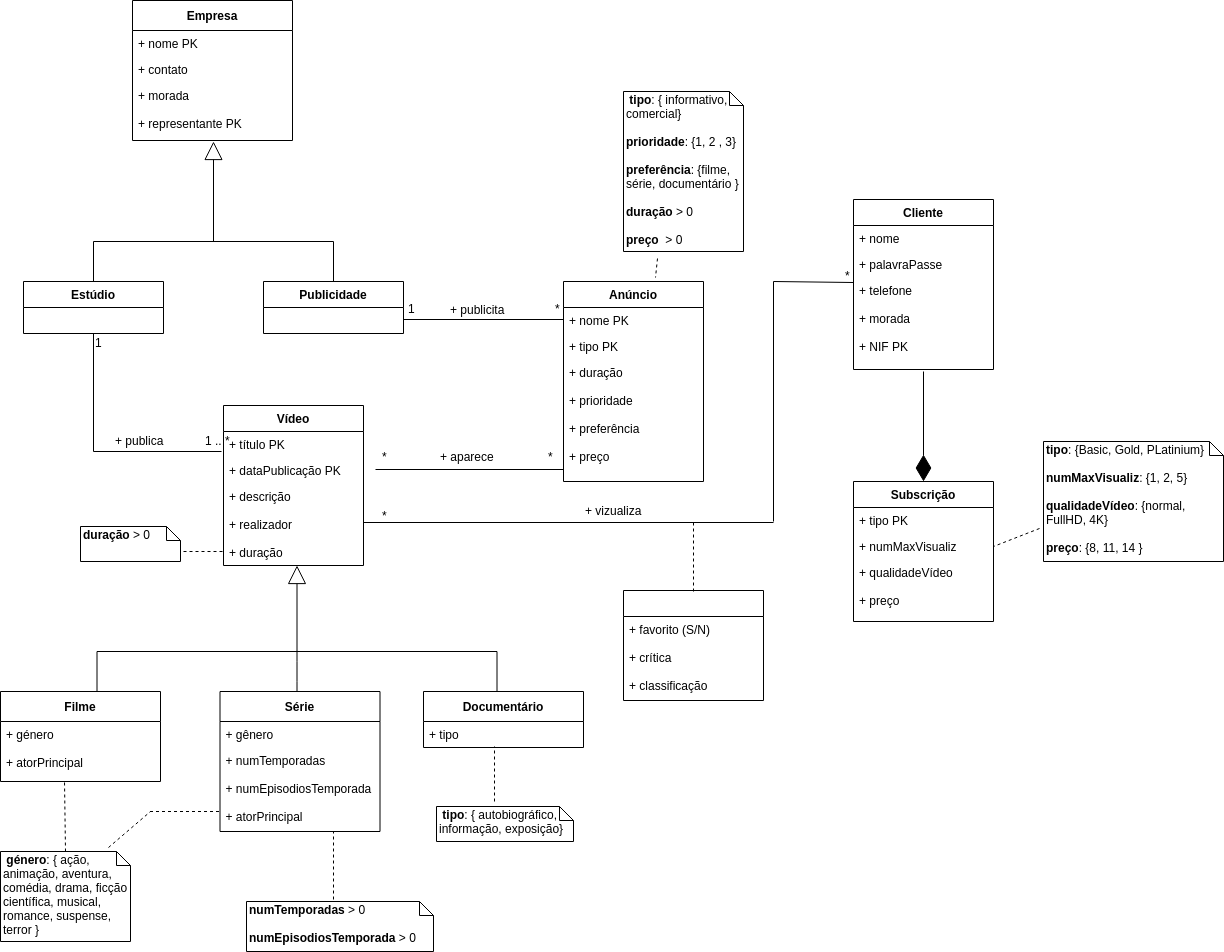
Above: projetoSegundaParte/UML_corrigido.png in claudiaidcm/FEUP_BDAD-proj (draw.io), before the change. Source tidied: cells renumbered, new cells last; positions are measured from the earlier drawing's top-left corner, leaving out a move shared by most shapes.
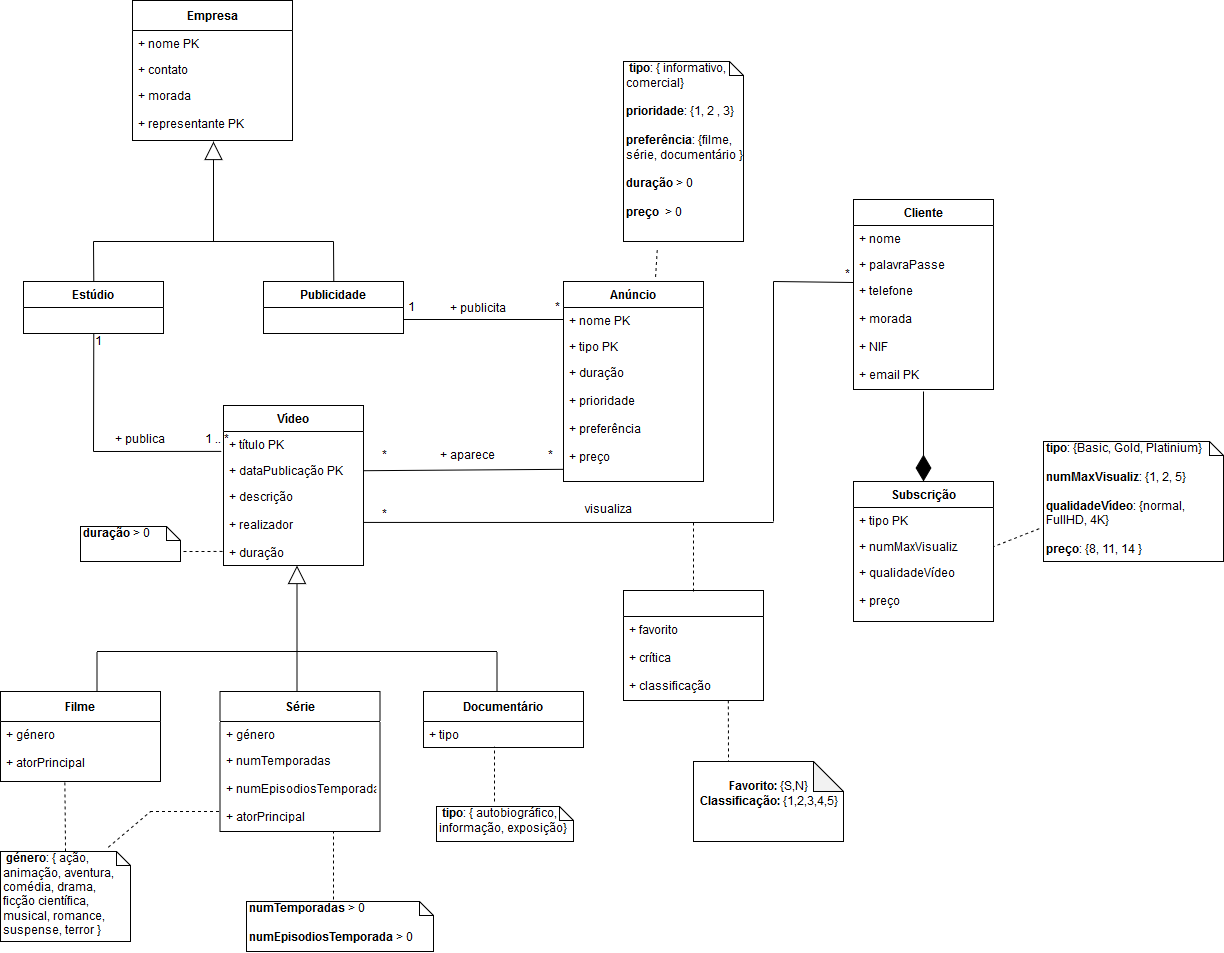
After the change.

Diff of the diagram source:
```diff
@@ -100,10 +100,8 @@
     <mxCell id="29" value="1 .. *&lt;br&gt;&lt;br&gt;" style="text;html=1;align=left;verticalAlign=top;spacingTop=-4;" parent="1" vertex="1">
       <mxGeometry x="203" y="431" width="40" height="30" as="geometry" />
     </mxCell>
-    <mxCell id="30" style="endArrow=none;html=1;entryX=0;entryY=0.902;entryDx=0;entryDy=0;entryPerimeter=0;" parent="1" edge="1" target="18">
-      <mxGeometry relative="1" as="geometry">
-        <mxPoint x="375" y="469" as="sourcePoint" />
-      </mxGeometry>
+    <mxCell id="30" style="endArrow=none;html=1;entryX=0;entryY=0.902;entryDx=0;entryDy=0;entryPerimeter=0;exitX=1;exitY=0.5;exitDx=0;exitDy=0;" parent="1" edge="1" source="23" target="18">
+      <mxGeometry relative="1" as="geometry" />
     </mxCell>
     <mxCell id="31" value="*&lt;br&gt;&lt;br&gt;" style="text;html=1;align=left;verticalAlign=top;spacingTop=-4;" parent="1" vertex="1">
       <mxGeometry x="379.5" y="447" width="20" height="30" as="geometry" />
@@ -156,14 +154,14 @@
     <mxCell id="41" value="Série" style="swimlane;fontStyle=1;horizontal=1;startSize=30;fillColor=none;" parent="1" vertex="1">
       <mxGeometry x="219.5" y="691" width="160" height="140" as="geometry" />
     </mxCell>
-    <mxCell id="42" value="+ gênero" style="text;strokeColor=none;fillColor=none;align=left;verticalAlign=top;spacingLeft=4;spacingRight=4;overflow=hidden;" parent="41" vertex="1">
+    <mxCell id="42" value="+ género" style="text;strokeColor=none;fillColor=none;align=left;verticalAlign=top;spacingLeft=4;spacingRight=4;overflow=hidden;" parent="41" vertex="1">
       <mxGeometry y="30" width="160" height="26" as="geometry" />
     </mxCell>
     <mxCell id="43" value="+ numTemporadas&#10;&#10;+ numEpisodiosTemporada&#10;&#10;+ atorPrincipal&#10;" style="text;strokeColor=none;fillColor=none;align=left;verticalAlign=top;spacingLeft=4;spacingRight=4;overflow=hidden;" parent="41" vertex="1">
       <mxGeometry y="56" width="160" height="84" as="geometry" />
     </mxCell>
     <mxCell id="44" value="Cliente" style="swimlane;fontStyle=1;horizontal=1;startSize=26;fillColor=none;" parent="1" vertex="1">
-      <mxGeometry x="853" y="199" width="140" height="170" as="geometry" />
+      <mxGeometry x="853" y="199" width="140" height="190" as="geometry" />
     </mxCell>
     <mxCell id="45" value="+ nome&#10;&#10;" style="text;strokeColor=none;fillColor=none;align=left;verticalAlign=top;spacingLeft=4;spacingRight=4;overflow=hidden;" parent="44" vertex="1">
       <mxGeometry y="26" width="140" height="26" as="geometry" />
@@ -171,12 +169,12 @@
     <mxCell id="46" value="+ palavraPasse" style="text;strokeColor=none;fillColor=none;align=left;verticalAlign=top;spacingLeft=4;spacingRight=4;overflow=hidden;" parent="44" vertex="1">
       <mxGeometry y="52" width="140" height="26" as="geometry" />
     </mxCell>
-    <mxCell id="47" value="+ telefone&#10;&#10;+ morada&#10;&#10;+ NIF PK&#10;" style="text;strokeColor=none;fillColor=none;align=left;verticalAlign=top;spacingLeft=4;spacingRight=4;overflow=hidden;" parent="44" vertex="1">
-      <mxGeometry y="78" width="140" height="92" as="geometry" />
+    <mxCell id="47" value="+ telefone&#10;&#10;+ morada&#10;&#10;+ NIF&#10;&#10;+ email PK&#10;&#10;" style="text;strokeColor=none;fillColor=none;align=left;verticalAlign=top;spacingLeft=4;spacingRight=4;overflow=hidden;" parent="44" vertex="1">
+      <mxGeometry y="78" width="140" height="112" as="geometry" />
     </mxCell>
     <mxCell id="48" style="endArrow=diamondThin;endFill=1;endSize=24;html=1;" parent="1" edge="1">
       <mxGeometry relative="1" as="geometry">
-        <mxPoint x="923" y="371" as="sourcePoint" />
+        <mxPoint x="923" y="391" as="sourcePoint" />
         <mxPoint x="923" y="481" as="targetPoint" />
       </mxGeometry>
     </mxCell>
@@ -203,8 +201,8 @@
         <mxPoint x="773" y="281" as="targetPoint" />
       </mxGeometry>
     </mxCell>
-    <mxCell id="55" value="+ vizualiza" style="text;html=1;align=left;verticalAlign=top;spacingTop=-4;" parent="1" vertex="1">
-      <mxGeometry x="583" y="501" width="70" height="20" as="geometry" />
+    <mxCell id="55" value="visualiza" style="text;html=1;align=left;verticalAlign=top;spacingTop=-4;" parent="1" vertex="1">
+      <mxGeometry x="583" y="501" width="60" height="20" as="geometry" />
     </mxCell>
     <mxCell id="56" value="*&lt;br&gt;&lt;br&gt;" style="text;html=1;align=left;verticalAlign=top;spacingTop=-4;" parent="1" vertex="1">
       <mxGeometry x="379.5" y="506" width="20" height="30" as="geometry" />
@@ -250,14 +248,14 @@
       </mxGeometry>
     </mxCell>
     <mxCell id="67" value="&amp;nbsp;&lt;b&gt;tipo&lt;/b&gt;: { informativo, comercial}&lt;br&gt;&lt;br&gt;&lt;b&gt;prioridade&lt;/b&gt;: {1, 2 , 3}&lt;br&gt;&lt;br&gt;&lt;b&gt;preferência&lt;/b&gt;: {filme, série, documentário }&lt;br&gt;&lt;br&gt;&lt;b&gt;duração&lt;/b&gt; &amp;gt; 0&lt;br&gt;&lt;br&gt;&lt;b&gt;preço&lt;/b&gt;&amp;nbsp; &amp;gt; 0&lt;br&gt;" style="shape=note;whiteSpace=wrap;html=1;size=14;verticalAlign=top;align=left;spacingTop=-6;" parent="1" vertex="1">
-      <mxGeometry x="623" y="91" width="120" height="160" as="geometry" />
+      <mxGeometry x="623" y="61" width="120" height="180" as="geometry" />
     </mxCell>
     <mxCell id="68" style="endArrow=none;dashed=1;html=1;exitX=0.283;exitY=1.046;exitDx=0;exitDy=0;exitPerimeter=0;" parent="1" edge="1" source="67">
       <mxGeometry relative="1" as="geometry">
         <mxPoint x="655" y="277" as="targetPoint" />
       </mxGeometry>
     </mxCell>
-    <mxCell id="69" value="&lt;b&gt;tipo&lt;/b&gt;: {Basic, Gold, PLatinium}&lt;b&gt;&lt;br&gt;&lt;br&gt;numMaxVisualiz&lt;/b&gt;: {1, 2, 5}&lt;br&gt;&lt;br&gt;&lt;b&gt;qualidadeVídeo&lt;/b&gt;: {normal, FullHD, 4K}&lt;br&gt;&lt;br&gt;&lt;b&gt;preço&lt;/b&gt;: {8, 11, 14 }&lt;br&gt;" style="shape=note;whiteSpace=wrap;html=1;size=14;verticalAlign=top;align=left;spacingTop=-6;" parent="1" vertex="1">
+    <mxCell id="69" value="&lt;b&gt;tipo&lt;/b&gt;: {Basic, Gold, Platinium}&lt;b&gt;&lt;br&gt;&lt;br&gt;numMaxVisualiz&lt;/b&gt;: {1, 2, 5}&lt;br&gt;&lt;br&gt;&lt;b&gt;qualidadeVídeo&lt;/b&gt;: {normal, FullHD, 4K}&lt;br&gt;&lt;br&gt;&lt;b&gt;preço&lt;/b&gt;: {8, 11, 14 }" style="shape=note;whiteSpace=wrap;html=1;size=14;verticalAlign=top;align=left;spacingTop=-6;" parent="1" vertex="1">
       <mxGeometry x="1043" y="441" width="180" height="120" as="geometry" />
     </mxCell>
     <mxCell id="70" style="endArrow=none;dashed=1;html=1;exitX=-0.025;exitY=0.727;exitDx=0;exitDy=0;exitPerimeter=0;entryX=1;entryY=0.5;entryDx=0;entryDy=0;" parent="1" edge="1" source="69" target="51">
@@ -272,7 +270,7 @@
     <mxCell id="72" style="swimlane;fontStyle=0;horizontal=1;startSize=26;fillColor=none;" parent="1" vertex="1">
       <mxGeometry x="623" y="590" width="140" height="110" as="geometry" />
     </mxCell>
-    <mxCell id="73" value="+ favorito (S/N)&#10;&#10;+ crítica&#10;&#10;+ classificação&#10;&#10;&#10;" style="text;strokeColor=none;fillColor=none;align=left;verticalAlign=top;spacingLeft=4;spacingRight=4;overflow=hidden;" parent="72" vertex="1">
+    <mxCell id="73" value="+ favorito &#10;&#10;+ crítica&#10;&#10;+ classificação&#10;&#10;&#10;" style="text;strokeColor=none;fillColor=none;align=left;verticalAlign=top;spacingLeft=4;spacingRight=4;overflow=hidden;" parent="72" vertex="1">
       <mxGeometry y="26" width="140" height="84" as="geometry" />
     </mxCell>
     <mxCell id="74" style="endArrow=none;dashed=1;html=1;" parent="1" edge="1">
@@ -292,5 +290,13 @@
     <mxCell id="77" value="&lt;b&gt;duração&lt;/b&gt; &amp;gt; 0" style="shape=note;whiteSpace=wrap;html=1;size=14;verticalAlign=top;align=left;spacingTop=-6;" parent="1" vertex="1">
       <mxGeometry x="80" y="526" width="100" height="35" as="geometry" />
     </mxCell>
+    <mxCell id="78" style="endArrow=none;dashed=1;html=1;exitX=0.75;exitY=1;exitDx=0;exitDy=0;" parent="1" edge="1" source="72">
+      <mxGeometry relative="1" as="geometry">
+        <mxPoint x="728" y="761" as="targetPoint" />
+      </mxGeometry>
+    </mxCell>
+    <mxCell id="79" value="&lt;div&gt;&lt;b&gt;Favorito: &lt;/b&gt;{S,N}&lt;br&gt;&lt;b&gt;&lt;/b&gt;&lt;/div&gt;&lt;div&gt;&lt;b&gt;Classificação: &lt;/b&gt;{1,2,3,4,5}&lt;/div&gt;&lt;div&gt;&lt;br&gt;&lt;/div&gt;" style="shape=note;whiteSpace=wrap;html=1;backgroundOutline=1;darkOpacity=0.05;" parent="1" vertex="1">
+      <mxGeometry x="693" y="761" width="150" height="80" as="geometry" />
+    </mxCell>
   </root>
 </mxGraphModel>
```
